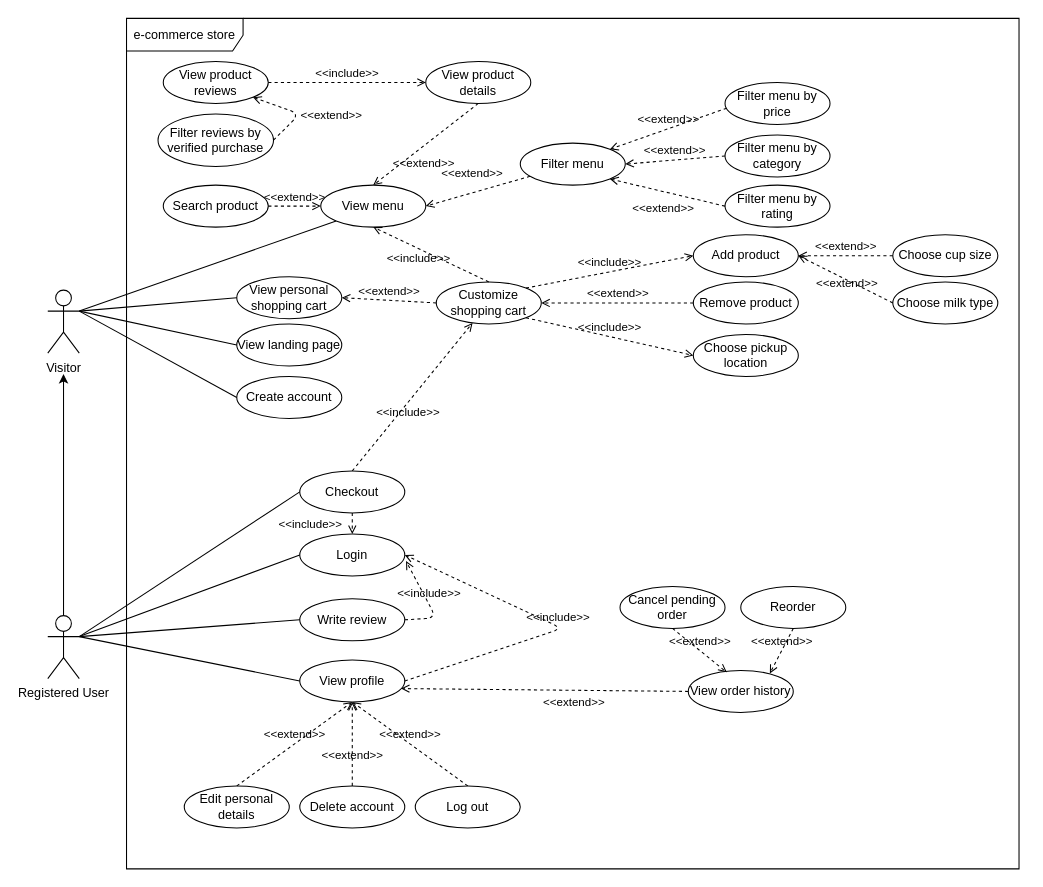
Earlier version of the draw.io diagram page "e-commerce store" (1 of 2) of resources/diagrams/use-case.dio (steamysips/steamy-sips). Source tidied: cells renumbered, new cells numbered last; positions are measured from the earlier drawing's top-left corner, leaving out a move shared by most shapes. Both pictures are drawn from the tidied source at 105%, with x=0, y=0 at pixel (47, 18).
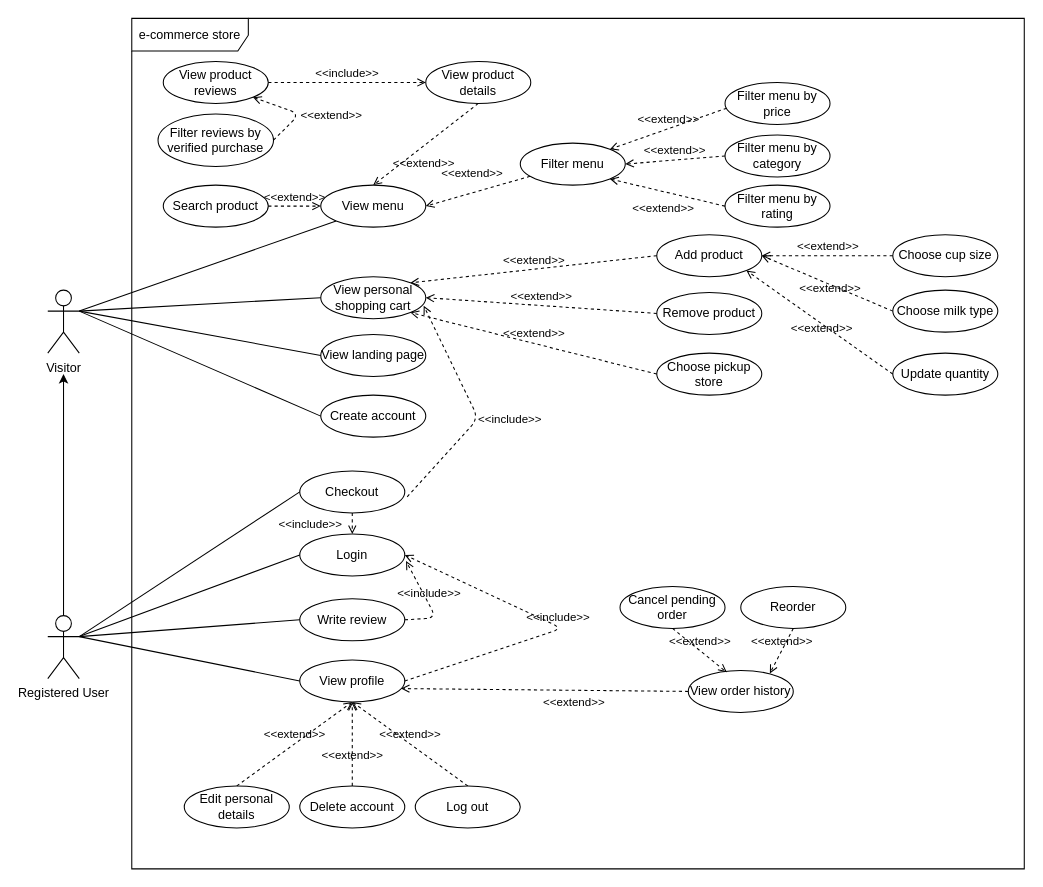
The same diagram, later.

Commit message:
remove "customize cart" use case in pg1 as it is vague

The change refers to these unchanged cells:
```xml
<mxCell id="17" value="View menu" style="ellipse;whiteSpace=wrap;html=1;align=center;" parent="1" vertex="1">
  <mxGeometry x="260" y="158.8" width="100" height="40" as="geometry" />
</mxCell>
<mxCell id="45" value="Checkout" style="ellipse;whiteSpace=wrap;html=1;" parent="1" vertex="1">
  <mxGeometry x="240" y="431" width="100" height="40" as="geometry" />
</mxCell>
```

Change to the diagram source:
```diff
@@
-    <mxCell id="8" value="Customize shopping cart" style="ellipse;whiteSpace=wrap;html=1;align=center;" parent="1" vertex="1">
-      <mxGeometry x="370" y="251" width="100" height="40" as="geometry" />
-    </mxCell>
     <mxCell id="9" value="View landing page" style="ellipse;whiteSpace=wrap;html=1;align=center;" parent="1" vertex="1">
-      <mxGeometry x="180" y="291" width="100" height="40" as="geometry" />
+      <mxGeometry x="260" y="301" width="100" height="40" as="geometry" />
     </mxCell>
@@
     <mxCell id="12" value="Create account" style="ellipse;whiteSpace=wrap;html=1;" parent="1" vertex="1">
-      <mxGeometry x="180" y="341" width="100" height="40" as="geometry" />
+      <mxGeometry x="260" y="358.8" width="100" height="40" as="geometry" />
     </mxCell>
@@
     <mxCell id="18" value="Add product" style="ellipse;whiteSpace=wrap;html=1;align=center;" parent="1" vertex="1">
-      <mxGeometry x="614.8" y="206" width="100" height="40" as="geometry" />
+      <mxGeometry x="580" y="206" width="100" height="40" as="geometry" />
     </mxCell>
-    <mxCell id="19" value="&amp;lt;&amp;lt;include&amp;gt;&amp;gt;" style="html=1;verticalAlign=bottom;labelBackgroundColor=none;endArrow=open;endFill=0;dashed=1;exitX=1;exitY=0;exitDx=0;exitDy=0;entryX=0;entryY=0.5;entryDx=0;entryDy=0;" parent="1" edge="1" source="8" target="18">
-      <mxGeometry relative="1" as="geometry" />
-    </mxCell>
@@
-    <mxCell id="31" value="&amp;lt;&amp;lt;include&amp;gt;&amp;gt;" style="html=1;verticalAlign=bottom;labelBackgroundColor=none;endArrow=open;endFill=0;dashed=1;exitX=0.5;exitY=0;exitDx=0;exitDy=0;entryX=0.5;entryY=1;entryDx=0;entryDy=0;" parent="1" edge="1" source="8" target="17">
-      <mxGeometry x="0.09" y="17" relative="1" as="geometry" />
-    </mxCell>
@@
-    <mxCell id="34" value="Choose pickup location" style="ellipse;whiteSpace=wrap;html=1;align=center;" parent="1" vertex="1">
-      <mxGeometry x="614.8" y="301" width="100" height="40" as="geometry" />
+    <mxCell id="34" value="Choose pickup store" style="ellipse;whiteSpace=wrap;html=1;align=center;" parent="1" vertex="1">
+      <mxGeometry x="580" y="318.8" width="100" height="40" as="geometry" />
     </mxCell>
-    <mxCell id="35" value="&amp;lt;&amp;lt;include&amp;gt;&amp;gt;" style="html=1;verticalAlign=bottom;labelBackgroundColor=none;endArrow=open;endFill=0;dashed=1;exitX=1;exitY=1;exitDx=0;exitDy=0;entryX=0;entryY=0.5;entryDx=0;entryDy=0;" parent="1" edge="1" source="8" target="34">
-      <mxGeometry relative="1" as="geometry" />
-    </mxCell>
     <mxCell id="36" value="e-commerce store" style="shape=umlFrame;whiteSpace=wrap;html=1;width=111;height=31;" parent="1" vertex="1">
-      <mxGeometry x="75" width="850" height="810" as="geometry" />
+      <mxGeometry x="80" width="850" height="810" as="geometry" />
     </mxCell>
@@
-    <mxCell id="47" value="&amp;lt;&amp;lt;include&amp;gt;&amp;gt;" style="html=1;verticalAlign=bottom;labelBackgroundColor=none;endArrow=open;endFill=0;dashed=1;exitX=0.5;exitY=0;exitDx=0;exitDy=0;" parent="1" edge="1" source="45" target="8">
-      <mxGeometry x="-0.23" y="-12" relative="1" as="geometry" />
-    </mxCell>
@@
     <mxCell id="59" value="Remove product" style="ellipse;whiteSpace=wrap;html=1;align=center;" parent="1" vertex="1">
-      <mxGeometry x="614.8" y="251" width="100" height="40" as="geometry" />
+      <mxGeometry x="580" y="261" width="100" height="40" as="geometry" />
     </mxCell>
-    <mxCell id="60" value="&amp;lt;&amp;lt;extend&amp;gt;&amp;gt;" style="html=1;verticalAlign=bottom;labelBackgroundColor=none;endArrow=open;endFill=0;dashed=1;exitX=0;exitY=0.5;exitDx=0;exitDy=0;entryX=1;entryY=0.5;entryDx=0;entryDy=0;" parent="1" edge="1" source="59" target="8">
+    <mxCell id="60" value="&amp;lt;&amp;lt;extend&amp;gt;&amp;gt;" style="html=1;verticalAlign=bottom;labelBackgroundColor=none;endArrow=open;endFill=0;dashed=1;exitX=0;exitY=0.5;exitDx=0;exitDy=0;entryX=1;entryY=0.5;entryDx=0;entryDy=0;" parent="1" edge="1" source="59" target="63">
       <mxGeometry relative="1" as="geometry" />
     </mxCell>
     <mxCell id="61" value="Choose milk type" style="ellipse;whiteSpace=wrap;html=1;align=center;" parent="1" vertex="1">
-      <mxGeometry x="804.8" y="251" width="100" height="40" as="geometry" />
+      <mxGeometry x="804.8" y="258.8" width="100" height="40" as="geometry" />
     </mxCell>
@@
     <mxCell id="63" value="View personal shopping cart" style="ellipse;whiteSpace=wrap;html=1;align=center;" parent="1" vertex="1">
-      <mxGeometry x="180" y="246" width="100" height="40" as="geometry" />
+      <mxGeometry x="260" y="246" width="100" height="40" as="geometry" />
     </mxCell>
-    <mxCell id="64" value="&amp;lt;&amp;lt;extend&amp;gt;&amp;gt;" style="html=1;verticalAlign=bottom;labelBackgroundColor=none;endArrow=open;endFill=0;dashed=1;exitX=0;exitY=0.5;exitDx=0;exitDy=0;entryX=1;entryY=0.5;entryDx=0;entryDy=0;" parent="1" edge="1" source="8" target="63">
-      <mxGeometry relative="1" as="geometry" />
-    </mxCell>
@@
+    <mxCell id="67" value="&amp;lt;&amp;lt;extend&amp;gt;&amp;gt;" style="html=1;verticalAlign=bottom;labelBackgroundColor=none;endArrow=open;endFill=0;dashed=1;exitX=0;exitY=0.5;exitDx=0;exitDy=0;entryX=1;entryY=1;entryDx=0;entryDy=0;" parent="1" edge="1" source="34" target="63">
+      <mxGeometry relative="1" as="geometry" />
+    </mxCell>
+    <mxCell id="68" value="&amp;lt;&amp;lt;extend&amp;gt;&amp;gt;" style="html=1;verticalAlign=bottom;labelBackgroundColor=none;endArrow=open;endFill=0;dashed=1;exitX=0;exitY=0.5;exitDx=0;exitDy=0;entryX=1;entryY=0;entryDx=0;entryDy=0;" parent="1" edge="1" source="18" target="63">
+      <mxGeometry relative="1" as="geometry" />
+    </mxCell>
+    <mxCell id="69" value="Update quantity" style="ellipse;whiteSpace=wrap;html=1;align=center;" parent="1" vertex="1">
+      <mxGeometry x="804.8" y="318.8" width="100" height="40" as="geometry" />
+    </mxCell>
+    <mxCell id="70" value="&amp;lt;&amp;lt;extend&amp;gt;&amp;gt;" style="html=1;verticalAlign=bottom;labelBackgroundColor=none;endArrow=open;endFill=0;dashed=1;entryX=1;entryY=1;entryDx=0;entryDy=0;exitX=0;exitY=0.5;exitDx=0;exitDy=0;" parent="1" edge="1" source="69" target="18">
+      <mxGeometry x="-0.12" y="11" relative="1" as="geometry" />
+    </mxCell>
+    <mxCell id="71" value="&amp;lt;&amp;lt;include&amp;gt;&amp;gt;" style="html=1;verticalAlign=bottom;labelBackgroundColor=none;endArrow=open;endFill=0;dashed=1;exitX=1.023;exitY=0.616;exitDx=0;exitDy=0;exitPerimeter=0;entryX=0.98;entryY=0.69;entryDx=0;entryDy=0;entryPerimeter=0;" parent="1" edge="1" source="45" target="63">
+      <mxGeometry x="-0.08" y="-32" relative="1" as="geometry">
+        <Array as="points">
+          <mxPoint x="410" y="381" />
+        </Array>
+        <mxPoint x="1" y="24" as="offset" />
+      </mxGeometry>
+    </mxCell>
```
